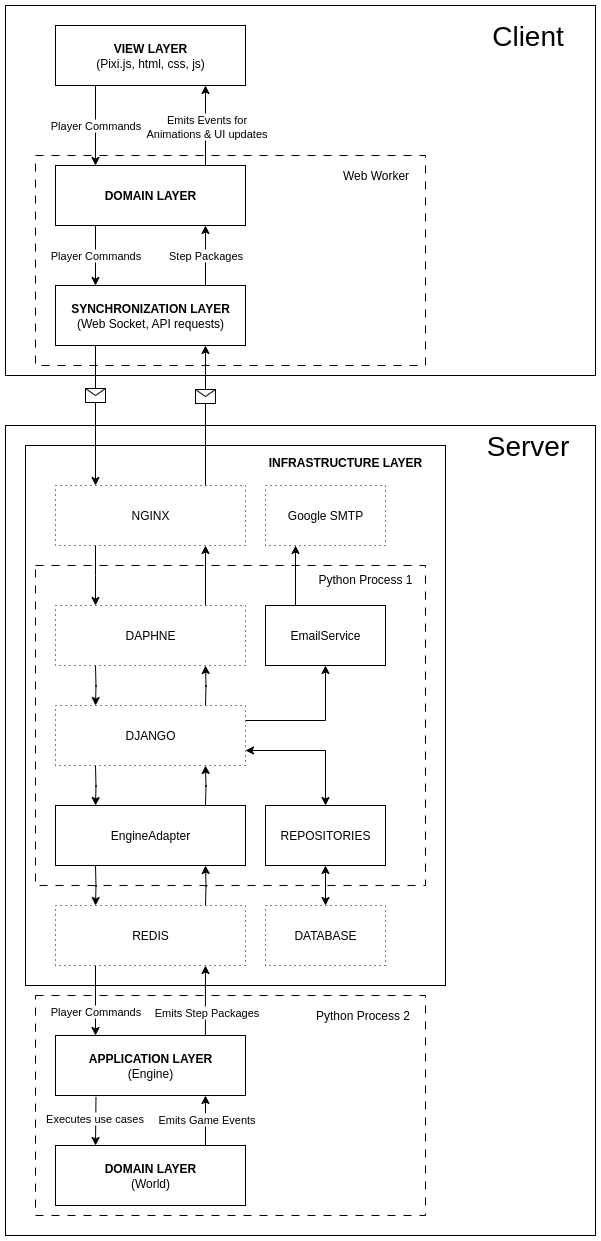
This is diagram.png from adevianin/bugs, a draw.io export, as it was before one commit. Source tidied: cells renumbered, new cells last; positions are measured from the earlier drawing's top-left corner, leaving out a move shared by most shapes. Its diagram source:
```xml
<mxGraphModel>
  <root>
    <mxCell id="0" />
    <mxCell id="1" parent="0" />
    <mxCell id="2" style="rounded=0;whiteSpace=wrap;html=1;" parent="1" vertex="1">
      <mxGeometry width="590" height="370" as="geometry" />
    </mxCell>
    <mxCell id="3" style="rounded=0;whiteSpace=wrap;html=1;dashed=1;dashPattern=8 8;" parent="1" vertex="1">
      <mxGeometry x="30" y="150" width="390" height="210" as="geometry" />
    </mxCell>
    <mxCell id="4" style="rounded=0;whiteSpace=wrap;html=1;" parent="1" vertex="1">
      <mxGeometry y="420" width="590" height="810" as="geometry" />
    </mxCell>
    <mxCell id="5" style="edgeStyle=orthogonalEdgeStyle;rounded=0;orthogonalLoop=1;jettySize=auto;html=1;exitX=0.25;exitY=1;exitDx=0;exitDy=0;entryX=0.25;entryY=0;entryDx=0;entryDy=0;" parent="1" edge="1">
      <mxGeometry relative="1" as="geometry">
        <mxPoint x="90" y="80" as="sourcePoint" />
        <mxPoint x="90" y="160" as="targetPoint" />
      </mxGeometry>
    </mxCell>
    <mxCell id="6" value="Player Commands" style="edgeLabel;html=1;align=center;verticalAlign=middle;" parent="5" vertex="1">
      <mxGeometry x="-0.18" relative="1" as="geometry">
        <mxPoint y="7" as="offset" />
      </mxGeometry>
    </mxCell>
    <mxCell id="7" value="&lt;b&gt;VIEW LAYER&lt;/b&gt;&lt;div&gt;(Pixi.js, html, css, js)&lt;/div&gt;" style="rounded=0;whiteSpace=wrap;html=1;" parent="1" vertex="1">
      <mxGeometry x="50" y="20" width="190" height="60" as="geometry" />
    </mxCell>
    <mxCell id="8" style="edgeStyle=orthogonalEdgeStyle;rounded=0;orthogonalLoop=1;jettySize=auto;html=1;exitX=0.25;exitY=1;exitDx=0;exitDy=0;entryX=0.25;entryY=0;entryDx=0;entryDy=0;" parent="1" edge="1">
      <mxGeometry relative="1" as="geometry">
        <mxPoint x="90" y="220" as="sourcePoint" />
        <mxPoint x="90" y="280" as="targetPoint" />
      </mxGeometry>
    </mxCell>
    <mxCell id="9" value="Player Commands" style="edgeLabel;html=1;align=center;verticalAlign=middle;" parent="8" vertex="1">
      <mxGeometry x="-0.13" relative="1" as="geometry">
        <mxPoint y="4" as="offset" />
      </mxGeometry>
    </mxCell>
    <mxCell id="10" style="edgeStyle=orthogonalEdgeStyle;rounded=0;orthogonalLoop=1;jettySize=auto;html=1;exitX=0.75;exitY=0;exitDx=0;exitDy=0;entryX=0.75;entryY=1;entryDx=0;entryDy=0;" parent="1" edge="1">
      <mxGeometry relative="1" as="geometry">
        <mxPoint x="200" y="160" as="sourcePoint" />
        <mxPoint x="200" y="80" as="targetPoint" />
      </mxGeometry>
    </mxCell>
    <mxCell id="11" value="Emits Events for&lt;br&gt;Animations &amp;amp; UI updates" style="edgeLabel;html=1;align=center;verticalAlign=middle;" parent="10" vertex="1">
      <mxGeometry x="0.27" y="-1" relative="1" as="geometry">
        <mxPoint y="11" as="offset" />
      </mxGeometry>
    </mxCell>
    <mxCell id="12" value="&lt;b&gt;DOMAIN LAYER&lt;/b&gt;" style="rounded=0;whiteSpace=wrap;html=1;" parent="1" vertex="1">
      <mxGeometry x="50" y="160" width="190" height="60" as="geometry" />
    </mxCell>
    <mxCell id="13" style="edgeStyle=orthogonalEdgeStyle;rounded=0;orthogonalLoop=1;jettySize=auto;html=1;" parent="1" edge="1">
      <mxGeometry relative="1" as="geometry">
        <mxPoint x="200" y="280" as="sourcePoint" />
        <mxPoint x="200" y="220" as="targetPoint" />
        <Array as="points">
          <mxPoint x="200" y="240" />
          <mxPoint x="200" y="240" />
        </Array>
      </mxGeometry>
    </mxCell>
    <mxCell id="14" value="Step Packa&lt;span style=&quot;background-color: light-dark(#ffffff, var(--ge-dark-color, #121212)); color: light-dark(rgb(0, 0, 0), rgb(255, 255, 255));&quot;&gt;ges&lt;/span&gt;" style="edgeLabel;html=1;align=center;verticalAlign=middle;" parent="13" vertex="1">
      <mxGeometry x="-0.03" relative="1" as="geometry">
        <mxPoint y="-1" as="offset" />
      </mxGeometry>
    </mxCell>
    <mxCell id="15" value="&lt;b&gt;SYNCHRONIZATION LAYER&lt;/b&gt;&lt;div&gt;(Web Socket, API requests)&lt;/div&gt;" style="rounded=0;whiteSpace=wrap;html=1;" parent="1" vertex="1">
      <mxGeometry x="50" y="280" width="190" height="60" as="geometry" />
    </mxCell>
    <mxCell id="16" value="Server" style="text;html=1;align=center;verticalAlign=middle;whiteSpace=wrap;rounded=0;fontSize=28;" parent="1" vertex="1">
      <mxGeometry x="455" y="410" width="135" height="60" as="geometry" />
    </mxCell>
    <mxCell id="17" value="Client" style="text;html=1;align=center;verticalAlign=middle;whiteSpace=wrap;rounded=0;fontSize=28;" parent="1" vertex="1">
      <mxGeometry x="455" width="135" height="60" as="geometry" />
    </mxCell>
    <mxCell id="18" style="rounded=0;whiteSpace=wrap;html=1;fillColor=none;dashed=1;dashPattern=8 8;" parent="1" vertex="1">
      <mxGeometry x="30" y="990" width="390" height="220" as="geometry" />
    </mxCell>
    <mxCell id="19" style="rounded=0;whiteSpace=wrap;html=1;fillColor=none;" parent="1" vertex="1">
      <mxGeometry x="20" y="440" width="420" height="540" as="geometry" />
    </mxCell>
    <mxCell id="20" value="&lt;div&gt;Web Worker&lt;/div&gt;" style="text;html=1;align=center;verticalAlign=middle;whiteSpace=wrap;rounded=0;fillColor=default;" parent="1" vertex="1">
      <mxGeometry x="327.5" y="160" width="85" height="20" as="geometry" />
    </mxCell>
    <mxCell id="21" style="rounded=0;whiteSpace=wrap;html=1;fillColor=none;dashed=1;dashPattern=8 8;" parent="1" vertex="1">
      <mxGeometry x="30" y="560" width="390" height="320" as="geometry" />
    </mxCell>
    <mxCell id="22" style="edgeStyle=orthogonalEdgeStyle;rounded=0;jettySize=auto;html=1;" parent="1" edge="1" source="23" target="26">
      <mxGeometry relative="1" as="geometry">
        <Array as="points">
          <mxPoint x="90" y="570" />
          <mxPoint x="90" y="570" />
        </Array>
      </mxGeometry>
    </mxCell>
    <mxCell id="23" value="NGINX" style="whiteSpace=wrap;html=1;rounded=0;dashed=1;dashPattern=1 4;" parent="1" vertex="1">
      <mxGeometry x="50" y="480" width="190" height="60" as="geometry" />
    </mxCell>
    <mxCell id="24" style="edgeStyle=orthogonalEdgeStyle;rounded=0;orthogonalLoop=1;jettySize=auto;html=1;exitX=0.25;exitY=1;exitDx=0;exitDy=0;entryX=0.25;entryY=0;entryDx=0;entryDy=0;" parent="1" edge="1">
      <mxGeometry relative="1" as="geometry">
        <mxPoint x="90" y="660" as="sourcePoint" />
        <mxPoint x="90" y="700" as="targetPoint" />
      </mxGeometry>
    </mxCell>
    <mxCell id="25" style="edgeStyle=orthogonalEdgeStyle;rounded=0;orthogonalLoop=1;jettySize=auto;html=1;exitX=0.75;exitY=0;exitDx=0;exitDy=0;entryX=0.75;entryY=1;entryDx=0;entryDy=0;" parent="1" edge="1">
      <mxGeometry relative="1" as="geometry">
        <mxPoint x="200" y="600" as="sourcePoint" />
        <mxPoint x="200" y="540" as="targetPoint" />
      </mxGeometry>
    </mxCell>
    <mxCell id="26" value="DAPHNE" style="rounded=0;whiteSpace=wrap;html=1;dashed=1;dashPattern=1 4;" parent="1" vertex="1">
      <mxGeometry x="50" y="600" width="190" height="60" as="geometry" />
    </mxCell>
    <mxCell id="27" style="edgeStyle=orthogonalEdgeStyle;rounded=0;orthogonalLoop=1;jettySize=auto;html=1;exitX=0.75;exitY=0;exitDx=0;exitDy=0;entryX=0.75;entryY=1;entryDx=0;entryDy=0;" parent="1" edge="1">
      <mxGeometry relative="1" as="geometry">
        <mxPoint x="200" y="700" as="sourcePoint" />
        <mxPoint x="200" y="660" as="targetPoint" />
      </mxGeometry>
    </mxCell>
    <mxCell id="28" style="edgeStyle=orthogonalEdgeStyle;rounded=0;orthogonalLoop=1;jettySize=auto;html=1;exitX=0.25;exitY=1;exitDx=0;exitDy=0;entryX=0.25;entryY=0;entryDx=0;entryDy=0;" parent="1" edge="1">
      <mxGeometry relative="1" as="geometry">
        <mxPoint x="90" y="760" as="sourcePoint" />
        <mxPoint x="90" y="800" as="targetPoint" />
      </mxGeometry>
    </mxCell>
    <mxCell id="29" style="edgeStyle=orthogonalEdgeStyle;rounded=0;jettySize=auto;html=1;exitX=1;exitY=0.75;exitDx=0;exitDy=0;entryX=0.5;entryY=0;entryDx=0;entryDy=0;startArrow=classic;startFill=1;" parent="1" edge="1" source="31" target="57">
      <mxGeometry relative="1" as="geometry" />
    </mxCell>
    <mxCell id="30" style="edgeStyle=orthogonalEdgeStyle;rounded=0;jettySize=auto;html=1;exitX=1;exitY=0.25;exitDx=0;exitDy=0;entryX=0.5;entryY=1;entryDx=0;entryDy=0;" parent="1" edge="1" source="31" target="59">
      <mxGeometry relative="1" as="geometry" />
    </mxCell>
    <mxCell id="31" value="DJANGO" style="rounded=0;whiteSpace=wrap;html=1;dashed=1;dashPattern=1 4;" parent="1" vertex="1">
      <mxGeometry x="50" y="700" width="190" height="60" as="geometry" />
    </mxCell>
    <mxCell id="32" value="DATABASE" style="rounded=0;whiteSpace=wrap;html=1;dashed=1;dashPattern=1 4;" parent="1" vertex="1">
      <mxGeometry x="260" y="900" width="120" height="60" as="geometry" />
    </mxCell>
    <mxCell id="33" style="edgeStyle=orthogonalEdgeStyle;rounded=0;orthogonalLoop=1;jettySize=auto;html=1;exitX=0.75;exitY=0;exitDx=0;exitDy=0;entryX=0.75;entryY=1;entryDx=0;entryDy=0;" parent="1" edge="1">
      <mxGeometry relative="1" as="geometry">
        <mxPoint x="200" y="800" as="sourcePoint" />
        <mxPoint x="200" y="760" as="targetPoint" />
      </mxGeometry>
    </mxCell>
    <mxCell id="34" style="edgeStyle=orthogonalEdgeStyle;rounded=0;orthogonalLoop=1;jettySize=auto;html=1;exitX=0.25;exitY=1;exitDx=0;exitDy=0;entryX=0.25;entryY=0;entryDx=0;entryDy=0;" parent="1" edge="1">
      <mxGeometry relative="1" as="geometry">
        <mxPoint x="90" y="860" as="sourcePoint" />
        <mxPoint x="90" y="900" as="targetPoint" />
      </mxGeometry>
    </mxCell>
    <mxCell id="35" value="EngineAdapter" style="rounded=0;whiteSpace=wrap;html=1;" parent="1" vertex="1">
      <mxGeometry x="50" y="800" width="190" height="60" as="geometry" />
    </mxCell>
    <mxCell id="36" value="&lt;div&gt;Python Process 1&lt;/div&gt;" style="text;html=1;align=center;verticalAlign=middle;whiteSpace=wrap;rounded=0;fillColor=default;" parent="1" vertex="1">
      <mxGeometry x="305" y="564" width="110" height="20" as="geometry" />
    </mxCell>
    <mxCell id="37" value="&lt;b&gt;INFRASTRUCTURE LAYER&lt;/b&gt;" style="text;html=1;align=center;verticalAlign=middle;whiteSpace=wrap;rounded=0;" parent="1" vertex="1">
      <mxGeometry x="245" y="442" width="190" height="30" as="geometry" />
    </mxCell>
    <mxCell id="38" style="endArrow=classic;html=1;rounded=0;entryX=0.5;entryY=1;entryDx=0;entryDy=0;" parent="1" edge="1">
      <mxGeometry relative="1" as="geometry">
        <mxPoint x="200" y="480" as="sourcePoint" />
        <mxPoint x="200" y="340" as="targetPoint" />
      </mxGeometry>
    </mxCell>
    <mxCell id="39" style="shape=message;html=1;" parent="38" vertex="1">
      <mxGeometry width="20" height="14" relative="1" as="geometry">
        <mxPoint x="-10" y="-26" as="offset" />
      </mxGeometry>
    </mxCell>
    <mxCell id="40" style="endArrow=classic;html=1;rounded=0;exitX=0.25;exitY=1;exitDx=0;exitDy=0;" parent="1" edge="1">
      <mxGeometry relative="1" as="geometry">
        <mxPoint x="90" y="340" as="sourcePoint" />
        <mxPoint x="90" y="480" as="targetPoint" />
      </mxGeometry>
    </mxCell>
    <mxCell id="41" style="shape=message;html=1;" parent="40" vertex="1">
      <mxGeometry width="20" height="14" relative="1" as="geometry">
        <mxPoint x="-10" y="-27" as="offset" />
      </mxGeometry>
    </mxCell>
    <mxCell id="42" style="edgeStyle=orthogonalEdgeStyle;rounded=0;jettySize=auto;html=1;exitX=0.213;exitY=1.023;exitDx=0;exitDy=0;entryX=0.25;entryY=0;entryDx=0;entryDy=0;exitPerimeter=0;" parent="1" edge="1" source="46">
      <mxGeometry relative="1" as="geometry">
        <mxPoint x="90" y="1140" as="targetPoint" />
      </mxGeometry>
    </mxCell>
    <mxCell id="43" value="Executes use cases" style="edgeLabel;html=1;align=center;verticalAlign=middle;" parent="42" vertex="1">
      <mxGeometry x="-0.09" y="-2" relative="1" as="geometry">
        <mxPoint y="-1" as="offset" />
      </mxGeometry>
    </mxCell>
    <mxCell id="44" style="edgeStyle=orthogonalEdgeStyle;rounded=0;jettySize=auto;html=1;exitX=0.789;exitY=0;exitDx=0;exitDy=0;entryX=0.75;entryY=1;entryDx=0;entryDy=0;exitPerimeter=0;" parent="1" edge="1" source="46">
      <mxGeometry relative="1" as="geometry">
        <mxPoint x="200" y="960" as="targetPoint" />
      </mxGeometry>
    </mxCell>
    <mxCell id="45" value="Emits Step Packages" style="edgeLabel;html=1;align=center;verticalAlign=middle;" parent="44" vertex="1">
      <mxGeometry x="-0.27" y="-1" relative="1" as="geometry">
        <mxPoint y="2" as="offset" />
      </mxGeometry>
    </mxCell>
    <mxCell id="46" value="&lt;b&gt;APPLICATION LAYER&lt;/b&gt;&lt;div&gt;(Engine&lt;span style=&quot;background-color: transparent; color: light-dark(rgb(0, 0, 0), rgb(255, 255, 255));&quot;&gt;)&lt;/span&gt;&lt;/div&gt;" style="rounded=0;whiteSpace=wrap;html=1;" parent="1" vertex="1">
      <mxGeometry x="50" y="1030" width="190" height="60" as="geometry" />
    </mxCell>
    <mxCell id="47" style="edgeStyle=orthogonalEdgeStyle;rounded=0;orthogonalLoop=1;jettySize=auto;html=1;exitX=0.75;exitY=0;exitDx=0;exitDy=0;entryX=0.75;entryY=1;entryDx=0;entryDy=0;" parent="1" edge="1">
      <mxGeometry relative="1" as="geometry">
        <mxPoint x="200" y="1140" as="sourcePoint" />
        <mxPoint x="200" y="1090" as="targetPoint" />
      </mxGeometry>
    </mxCell>
    <mxCell id="48" value="Emits Game Events" style="edgeLabel;html=1;align=center;verticalAlign=middle;" parent="47" vertex="1">
      <mxGeometry x="0.07" y="-1" relative="1" as="geometry" />
    </mxCell>
    <mxCell id="49" value="&lt;b&gt;DOMAIN LAYER&lt;/b&gt;&lt;div&gt;(World)&lt;/div&gt;" style="rounded=0;whiteSpace=wrap;html=1;" parent="1" vertex="1">
      <mxGeometry x="50" y="1140" width="190" height="60" as="geometry" />
    </mxCell>
    <mxCell id="50" value="&lt;div&gt;Python Process 2&lt;/div&gt;" style="text;html=1;align=center;verticalAlign=middle;whiteSpace=wrap;rounded=0;fillColor=default;" parent="1" vertex="1">
      <mxGeometry x="299.5" y="1000" width="115" height="20" as="geometry" />
    </mxCell>
    <mxCell id="51" style="edgeStyle=orthogonalEdgeStyle;rounded=0;orthogonalLoop=1;jettySize=auto;html=1;exitX=0.75;exitY=0;exitDx=0;exitDy=0;entryX=0.75;entryY=1;entryDx=0;entryDy=0;" parent="1" edge="1">
      <mxGeometry relative="1" as="geometry">
        <mxPoint x="200" y="900" as="sourcePoint" />
        <mxPoint x="200" y="860" as="targetPoint" />
      </mxGeometry>
    </mxCell>
    <mxCell id="52" style="edgeStyle=orthogonalEdgeStyle;rounded=0;orthogonalLoop=1;jettySize=auto;html=1;exitX=0.25;exitY=1;exitDx=0;exitDy=0;entryX=0.25;entryY=0;entryDx=0;entryDy=0;" parent="1" edge="1">
      <mxGeometry relative="1" as="geometry">
        <mxPoint x="90" y="960" as="sourcePoint" />
        <mxPoint x="90" y="1030" as="targetPoint" />
      </mxGeometry>
    </mxCell>
    <mxCell id="53" value="Player Commands" style="edgeLabel;html=1;align=center;verticalAlign=middle;" parent="52" vertex="1">
      <mxGeometry x="0.2" relative="1" as="geometry">
        <mxPoint y="4" as="offset" />
      </mxGeometry>
    </mxCell>
    <mxCell id="54" value="REDIS" style="rounded=0;whiteSpace=wrap;html=1;dashed=1;dashPattern=1 4;" parent="1" vertex="1">
      <mxGeometry x="50" y="900" width="190" height="60" as="geometry" />
    </mxCell>
    <mxCell id="55" style="edgeStyle=orthogonalEdgeStyle;rounded=0;orthogonalLoop=1;jettySize=auto;html=1;exitX=0.5;exitY=1;exitDx=0;exitDy=0;" parent="1" edge="1" source="18" target="18">
      <mxGeometry relative="1" as="geometry" />
    </mxCell>
    <mxCell id="56" style="edgeStyle=orthogonalEdgeStyle;rounded=0;jettySize=auto;html=1;exitX=0.5;exitY=1;exitDx=0;exitDy=0;entryX=0.5;entryY=0;entryDx=0;entryDy=0;startArrow=classic;startFill=1;" parent="1" edge="1" source="57" target="32">
      <mxGeometry relative="1" as="geometry" />
    </mxCell>
    <mxCell id="57" value="REPOSITORIES" style="rounded=0;whiteSpace=wrap;html=1;" parent="1" vertex="1">
      <mxGeometry x="260" y="800" width="120" height="60" as="geometry" />
    </mxCell>
    <mxCell id="58" style="edgeStyle=orthogonalEdgeStyle;rounded=0;jettySize=auto;html=1;exitX=0.25;exitY=0;exitDx=0;exitDy=0;entryX=0.25;entryY=1;entryDx=0;entryDy=0;" parent="1" edge="1" source="59" target="60">
      <mxGeometry relative="1" as="geometry" />
    </mxCell>
    <mxCell id="59" value="EmailService" style="rounded=0;whiteSpace=wrap;html=1;" parent="1" vertex="1">
      <mxGeometry x="260" y="600" width="120" height="60" as="geometry" />
    </mxCell>
    <mxCell id="60" value="Google SMTP" style="rounded=0;whiteSpace=wrap;html=1;dashed=1;dashPattern=1 4;" parent="1" vertex="1">
      <mxGeometry x="260" y="480" width="120" height="60" as="geometry" />
    </mxCell>
    <mxCell id="61" style="edgeStyle=orthogonalEdgeStyle;rounded=0;orthogonalLoop=1;jettySize=auto;html=1;exitX=0.5;exitY=1;exitDx=0;exitDy=0;" parent="1" edge="1" source="36" target="36">
      <mxGeometry relative="1" as="geometry" />
    </mxCell>
  </root>
</mxGraphModel>
```
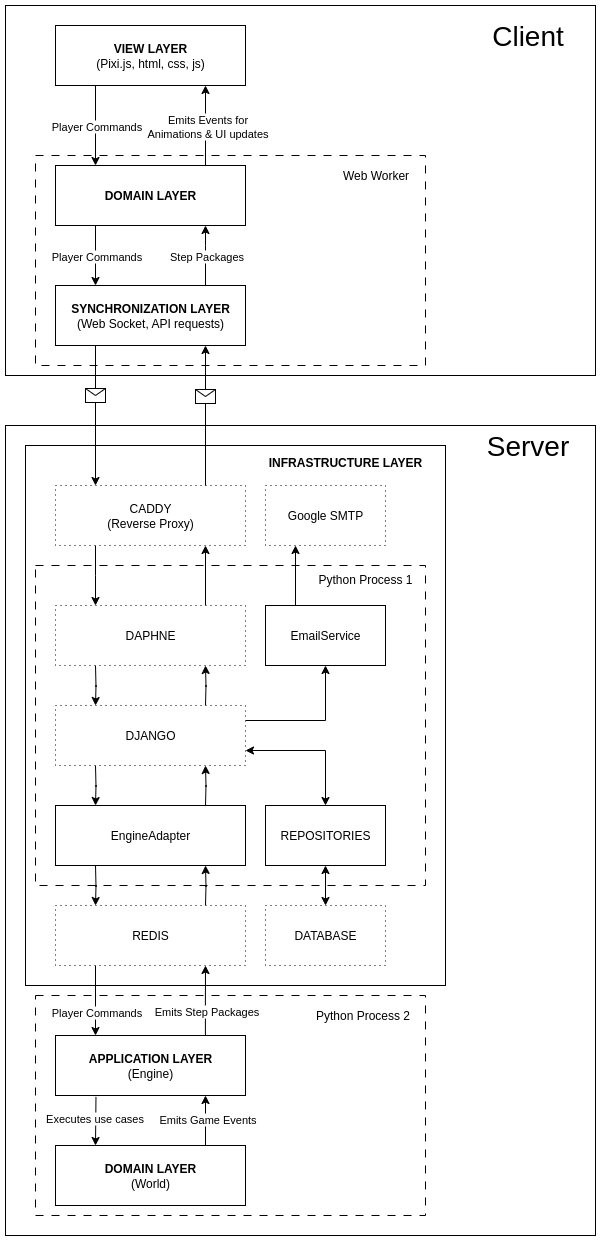
The same file after the commit.

Change to the diagram source:
```diff
@@ -94,7 +94,7 @@
         </Array>
       </mxGeometry>
     </mxCell>
-    <mxCell id="23" value="NGINX" style="whiteSpace=wrap;html=1;rounded=0;dashed=1;dashPattern=1 4;" parent="1" vertex="1">
+    <mxCell id="23" value="CADDY&lt;div&gt;(Reverse Proxy)&lt;/div&gt;" style="whiteSpace=wrap;html=1;rounded=0;dashed=1;dashPattern=1 4;" parent="1" vertex="1">
       <mxGeometry x="50" y="480" width="190" height="60" as="geometry" />
     </mxCell>
     <mxCell id="24" style="edgeStyle=orthogonalEdgeStyle;rounded=0;orthogonalLoop=1;jettySize=auto;html=1;exitX=0.25;exitY=1;exitDx=0;exitDy=0;entryX=0.25;entryY=0;entryDx=0;entryDy=0;" parent="1" edge="1">
```
